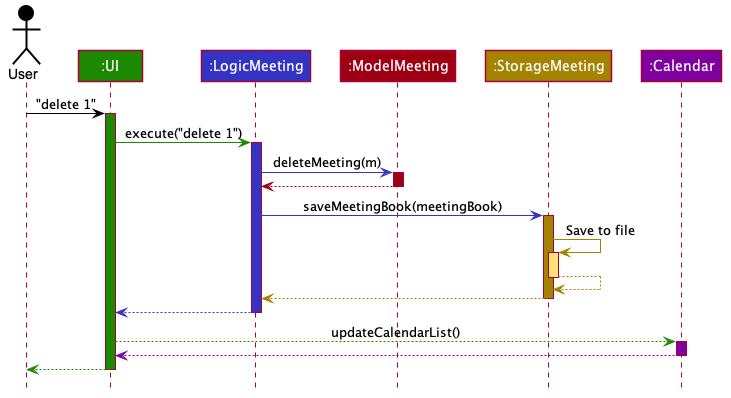
Before: docs/images/ArchitectureSequenceDiagramWithDb.png, a diagram exported from PlantUML (shadowezz/Productiv).
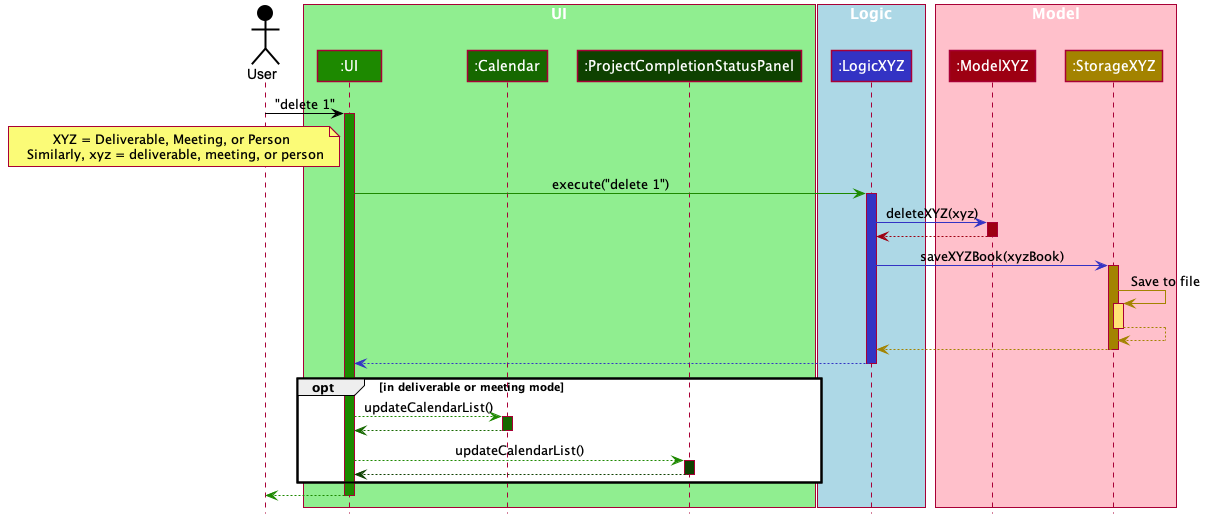
The same diagram one commit later.

Change to the diagram source:
```diff
@@ -1,4 +1,5 @@
 @startuml
+
 
 
 
@@ -44,31 +45,42 @@
 skinparam Shadowing false
 skinparam DefaultTextAlignment center
 skinparam packageStyle Rectangle
+skinparam classAttributeIconSize 0
 
 hide footbox
 hide members
 hide circle
 
 Actor User as user #000000
+box "UI" #LightGreen
 Participant ":UI" as ui #1D8900
-Participant ":LogicMeeting" as logic #3333C4
-Participant ":ModelMeeting" as modelPerson #9D0012
-Participant ":StorageMeeting" as storageMeeting #A38300
-Participant ":Calendar" as calendar #7e009e
+Participant ":Calendar" as calendar #166800
+Participant ":ProjectCompletionStatusPanel" as ocp #0E4100
+end box
+
+box "Logic" #LightBlue
+Participant ":LogicXYZ" as logic #3333C4
+end box
+
+box "Model" #Pink
+Participant ":ModelXYZ" as modelPerson #9D0012
+Participant ":StorageXYZ" as storageMeeting #A38300
+end box
 
 user -[#000000]> ui : "delete 1"
 activate ui #1D8900
 
+note left of ui: XYZ = Deliverable, Meeting, or Person \n Similarly, xyz = deliverable, meeting, or person
 ui -[#1D8900]> logic : execute("delete 1")
 activate logic #3333C4
 
-logic -[#3333C4]> modelPerson : deleteMeeting(m)
+logic -[#3333C4]> modelPerson : deleteXYZ(xyz)
 activate modelPerson #9D0012
 
 modelPerson -[#9D0012]-> logic
 deactivate modelPerson
 
-logic -[#3333C4]> storageMeeting : saveMeetingBook(meetingBook)
+logic -[#3333C4]> storageMeeting : saveXYZBook(xyzBook)
 activate storageMeeting #A38300
 
 storageMeeting -[#A38300]> storageMeeting : Save to file
@@ -82,12 +94,20 @@
 logic --[#3333C4]> ui
 deactivate logic
 
-ui--[#1D8900]> calendar : updateCalendarList()
-activate calendar #7e009e
+opt in deliverable or meeting mode
+    ui--[#1D8900]> calendar : updateCalendarList()
+    activate calendar #166800
 
-calendar --[#7e009e]> ui
-deactivate calendar
+    calendar --[#166800]> ui
+    deactivate calendar
 
+    ui--[#1D8900]> ocp : updateCalendarList()
+    activate ocp #0E4100
+
+    ocp --[#0E4100]> ui
+    deactivate ocp
+
+end
 ui--[#1D8900]> user
 deactivate ui
 @enduml
```
